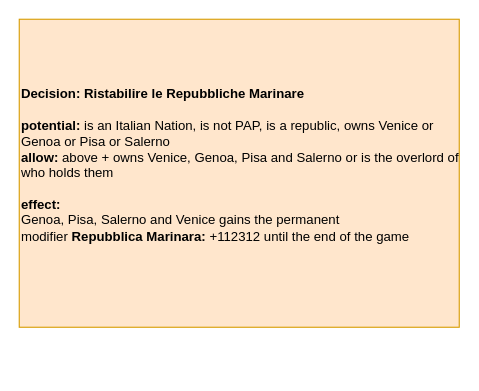
Melvasul/Missions-Expanded keeps this draw.io diagram as page "Decision" (3 of 3) of It's Spaghetti Time/It's Spaghetti Time.drawio. Above is the earlier version. Source tidied: cells renumbered, new cells numbered last; positions are measured from the earlier drawing's top-left corner, leaving out a move shared by most shapes. Both pictures are drawn from the tidied source at 110%, with x=0, y=0 at pixel (19, 19).
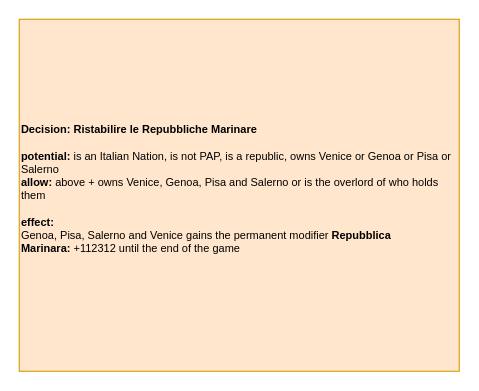
The same diagram, later.

Change to the diagram source:
```diff
@@
 <mxGraphModel>
   <root>
     <mxCell id="0" />
     <mxCell id="1" parent="0" />
-    <mxCell id="2" value="&lt;div style=&quot;font-size: 12px&quot; align=&quot;left&quot;&gt;&lt;b&gt;Decision: Ristabilire le Repubbliche Marinare&lt;/b&gt;&lt;/div&gt;&lt;div style=&quot;font-size: 12px&quot; align=&quot;left&quot;&gt;&lt;br&gt;&lt;/div&gt;&lt;div style=&quot;font-size: 12px&quot; align=&quot;left&quot;&gt;&lt;b&gt;potential: &lt;/b&gt;is an Italian Nation, is not PAP, is a republic, owns Venice or Genoa or Pisa or Salerno&lt;/div&gt;&lt;div style=&quot;font-size: 12px&quot; align=&quot;left&quot;&gt;&lt;b&gt;allow:&lt;/b&gt;&amp;nbsp;above + owns Venice, Genoa, Pisa and Salerno or is the overlord of who holds them&lt;/div&gt;&lt;div style=&quot;font-size: 12px&quot; align=&quot;left&quot;&gt;&lt;br&gt;&lt;/div&gt;&lt;div style=&quot;font-size: 12px&quot; align=&quot;left&quot;&gt;&lt;b&gt;effect:&lt;/b&gt;&lt;/div&gt;&lt;div style=&quot;font-size: 12px&quot; align=&quot;left&quot;&gt;Genoa, Pisa, Salerno and Venice gains the permanent modifier&amp;nbsp;&lt;b&gt;Repubblica Marinara:&lt;/b&gt;&amp;nbsp;+112312 until the end of the game&lt;/div&gt;&lt;div style=&quot;font-size: 12px&quot; align=&quot;left&quot;&gt;&lt;br&gt;&lt;/div&gt;" style="rounded=0;whiteSpace=wrap;html=1;align=left;fontSize=12;fillColor=#ffe6cc;strokeColor=#d79b00;" parent="1" vertex="1">
-      <mxGeometry width="400" height="280" as="geometry" />
+    <mxCell id="2" value="&lt;div style=&quot;font-size: 10px;&quot; align=&quot;left&quot;&gt;&lt;b style=&quot;font-size: 10px;&quot;&gt;Decision: Ristabilire le Repubbliche Marinare&lt;/b&gt;&lt;/div&gt;&lt;div style=&quot;font-size: 10px;&quot; align=&quot;left&quot;&gt;&lt;br style=&quot;font-size: 10px;&quot;&gt;&lt;/div&gt;&lt;div style=&quot;font-size: 10px;&quot; align=&quot;left&quot;&gt;&lt;b style=&quot;font-size: 10px;&quot;&gt;potential: &lt;/b&gt;is an Italian Nation, is not PAP, is a republic, owns Venice or Genoa or Pisa or Salerno&lt;/div&gt;&lt;div style=&quot;font-size: 10px;&quot; align=&quot;left&quot;&gt;&lt;b style=&quot;font-size: 10px;&quot;&gt;allow:&lt;/b&gt;&amp;nbsp;above + owns Venice, Genoa, Pisa and Salerno or is the overlord of who holds them&lt;/div&gt;&lt;div style=&quot;font-size: 10px;&quot; align=&quot;left&quot;&gt;&lt;br style=&quot;font-size: 10px;&quot;&gt;&lt;/div&gt;&lt;div style=&quot;font-size: 10px;&quot; align=&quot;left&quot;&gt;&lt;b style=&quot;font-size: 10px;&quot;&gt;effect:&lt;/b&gt;&lt;/div&gt;&lt;div style=&quot;font-size: 10px;&quot; align=&quot;left&quot;&gt;Genoa, Pisa, Salerno and Venice gains the permanent modifier&amp;nbsp;&lt;b style=&quot;font-size: 10px;&quot;&gt;Repubblica Marinara:&lt;/b&gt;&amp;nbsp;+112312 until the end of the game&lt;/div&gt;&lt;div style=&quot;font-size: 10px;&quot; align=&quot;left&quot;&gt;&lt;br style=&quot;font-size: 10px;&quot;&gt;&lt;/div&gt;" style="rounded=0;whiteSpace=wrap;html=1;align=left;fontSize=10;fillColor=#ffe6cc;strokeColor=#d79b00;" parent="1" vertex="1">
+      <mxGeometry width="400" height="320" as="geometry" />
     </mxCell>
   </root>
 </mxGraphModel>
```
